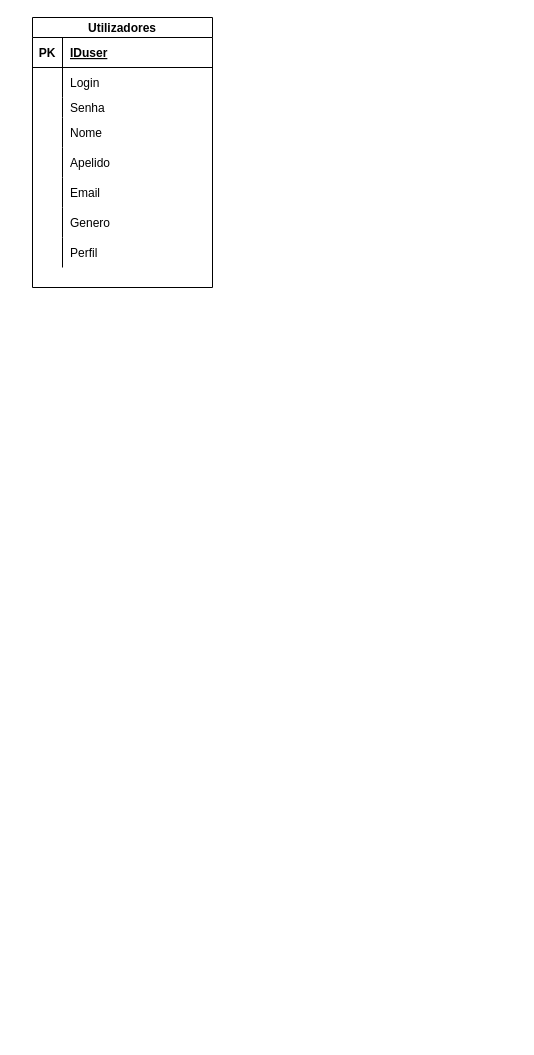
pauloreis66/draws keeps this draw.io diagram as page "Lourenço" (1 of 3) of Untitled Diagram.drawio. Above is the earlier version. Source tidied: cells renumbered, new cells numbered last; positions are measured from the earlier drawing's top-left corner, leaving out a move shared by most shapes. Both pictures are drawn from the tidied source at 100%, with x=0, y=0 at pixel (32, 17).
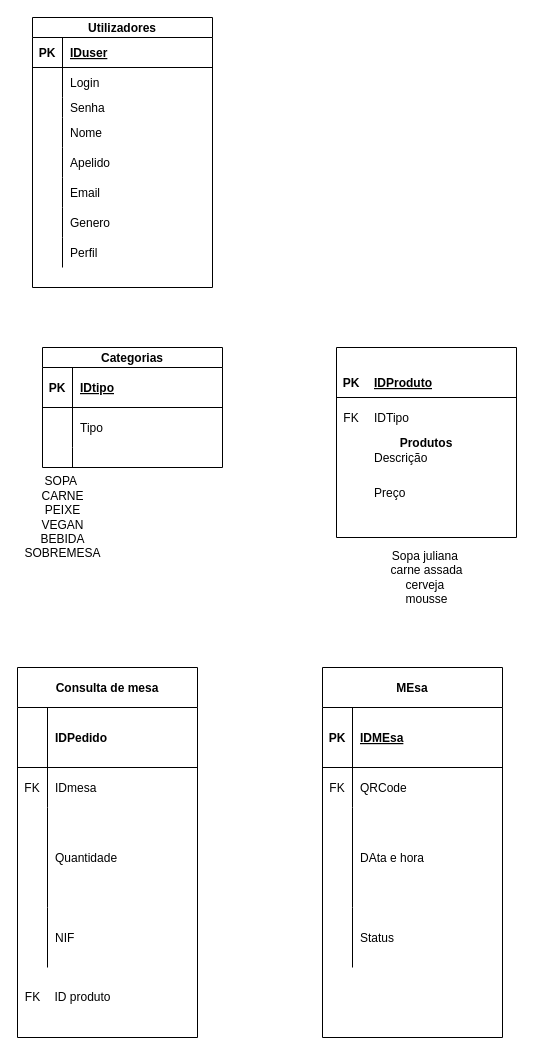
After the change.

Change to the diagram source:
```diff
@@
+    <mxCell id="27" value="Categorias" style="shape=table;startSize=20;childLayout=tableLayout;rowLines=0;fontStyle=1;align=center;" parent="1" vertex="1">
+      <mxGeometry x="10" y="330" width="180" height="120" as="geometry" />
+    </mxCell>
+    <mxCell id="28" style="shape=partialRectangle;fillColor=none;top=0;left=0;bottom=1;right=0;" parent="27" vertex="1">
+      <mxGeometry y="20" width="180" height="40" as="geometry" />
+    </mxCell>
+    <mxCell id="29" value="PK" style="shape=partialRectangle;fillColor=none;top=0;left=0;bottom=0;right=0;fontStyle=1;overflow=hidden;" parent="28" vertex="1">
+      <mxGeometry width="30" height="40" as="geometry" />
+    </mxCell>
+    <mxCell id="30" value="IDtipo" style="shape=partialRectangle;fillColor=none;top=0;left=0;bottom=0;right=0;align=left;spacingLeft=6;fontStyle=5;overflow=hidden;" parent="28" vertex="1">
+      <mxGeometry x="30" width="150" height="40" as="geometry" />
+    </mxCell>
+    <mxCell id="31" style="shape=partialRectangle;fillColor=none;top=0;left=0;bottom=0;right=0;" parent="27" vertex="1">
+      <mxGeometry y="60" width="180" height="40" as="geometry" />
+    </mxCell>
+    <mxCell id="32" style="shape=partialRectangle;fillColor=none;top=0;left=0;bottom=0;right=0;overflow=hidden;" parent="31" vertex="1">
+      <mxGeometry width="30" height="40" as="geometry" />
+    </mxCell>
+    <mxCell id="33" value="Tipo" style="shape=partialRectangle;fillColor=none;top=0;left=0;bottom=0;right=0;align=left;spacingLeft=6;overflow=hidden;" parent="31" vertex="1">
+      <mxGeometry x="30" width="150" height="40" as="geometry" />
+    </mxCell>
+    <mxCell id="34" style="shape=partialRectangle;fillColor=none;top=0;left=0;bottom=0;right=0;" parent="27" vertex="1">
+      <mxGeometry y="100" width="180" height="20" as="geometry" />
+    </mxCell>
+    <mxCell id="35" style="shape=partialRectangle;fillColor=none;top=0;left=0;bottom=0;right=0;overflow=hidden;" parent="34" vertex="1">
+      <mxGeometry width="30" height="20" as="geometry" />
+    </mxCell>
+    <mxCell id="36" style="shape=partialRectangle;fillColor=none;top=0;left=0;bottom=0;right=0;align=left;spacingLeft=6;overflow=hidden;" parent="34" vertex="1">
+      <mxGeometry x="30" width="150" height="20" as="geometry" />
+    </mxCell>
+    <mxCell id="37" value="Produtos" style="shape=table;startSize=190;childLayout=tableLayout;rowLines=0;fontStyle=1;align=center;" parent="1" vertex="1">
+      <mxGeometry x="304" y="330" width="180" height="190" as="geometry" />
+    </mxCell>
+    <mxCell id="38" style="shape=partialRectangle;fillColor=none;top=0;left=0;bottom=1;right=0;" parent="37" vertex="1">
+      <mxGeometry y="20" width="180" height="30" as="geometry" />
+    </mxCell>
+    <mxCell id="39" value="PK" style="shape=partialRectangle;fillColor=none;top=0;left=0;bottom=0;right=0;fontStyle=1;overflow=hidden;" parent="38" vertex="1">
+      <mxGeometry width="30" height="30" as="geometry" />
+    </mxCell>
+    <mxCell id="40" value="IDProduto" style="shape=partialRectangle;fillColor=none;top=0;left=0;bottom=0;right=0;align=left;spacingLeft=6;fontStyle=5;overflow=hidden;" parent="38" vertex="1">
+      <mxGeometry x="30" width="150" height="30" as="geometry" />
+    </mxCell>
+    <mxCell id="41" style="shape=partialRectangle;fillColor=none;top=0;left=0;bottom=0;right=0;" parent="37" vertex="1">
+      <mxGeometry y="50" width="180" height="40" as="geometry" />
+    </mxCell>
+    <mxCell id="42" value="FK" style="shape=partialRectangle;fillColor=none;top=0;left=0;bottom=0;right=0;overflow=hidden;" parent="41" vertex="1">
+      <mxGeometry width="30" height="40" as="geometry" />
+    </mxCell>
+    <mxCell id="43" value="IDTipo" style="shape=partialRectangle;fillColor=none;top=0;left=0;bottom=0;right=0;align=left;spacingLeft=6;overflow=hidden;" parent="41" vertex="1">
+      <mxGeometry x="30" width="150" height="40" as="geometry" />
+    </mxCell>
+    <mxCell id="44" style="shape=partialRectangle;fillColor=none;top=0;left=0;bottom=0;right=0;" parent="37" vertex="1">
+      <mxGeometry y="90" width="180" height="40" as="geometry" />
+    </mxCell>
+    <mxCell id="45" style="shape=partialRectangle;fillColor=none;top=0;left=0;bottom=0;right=0;overflow=hidden;" parent="44" vertex="1">
+      <mxGeometry width="30" height="40" as="geometry" />
+    </mxCell>
+    <mxCell id="46" value="Descrição" style="shape=partialRectangle;fillColor=none;top=0;left=0;bottom=0;right=0;align=left;spacingLeft=6;overflow=hidden;" parent="44" vertex="1">
+      <mxGeometry x="30" width="150" height="40" as="geometry" />
+    </mxCell>
+    <mxCell id="47" style="shape=partialRectangle;fillColor=none;top=0;left=0;bottom=0;right=0;" parent="37" vertex="1">
+      <mxGeometry y="130" width="180" height="30" as="geometry" />
+    </mxCell>
+    <mxCell id="48" style="shape=partialRectangle;fillColor=none;top=0;left=0;bottom=0;right=0;overflow=hidden;" parent="47" vertex="1">
+      <mxGeometry width="30" height="30" as="geometry" />
+    </mxCell>
+    <mxCell id="49" value="Preço" style="shape=partialRectangle;fillColor=none;top=0;left=0;bottom=0;right=0;align=left;spacingLeft=6;overflow=hidden;" parent="47" vertex="1">
+      <mxGeometry x="30" width="150" height="30" as="geometry" />
+    </mxCell>
+    <mxCell id="50" style="shape=partialRectangle;fillColor=none;top=0;left=0;bottom=0;right=0;" parent="37" vertex="1">
+      <mxGeometry y="160" width="180" height="30" as="geometry" />
+    </mxCell>
+    <mxCell id="51" style="shape=partialRectangle;fillColor=none;top=0;left=0;bottom=0;right=0;overflow=hidden;" parent="50" vertex="1">
+      <mxGeometry width="30" height="30" as="geometry" />
+    </mxCell>
+    <mxCell id="52" style="shape=partialRectangle;fillColor=none;top=0;left=0;bottom=0;right=0;align=left;spacingLeft=6;overflow=hidden;" parent="50" vertex="1">
+      <mxGeometry x="30" width="150" height="30" as="geometry" />
+    </mxCell>
+    <mxCell id="53" value="SOPA&amp;nbsp;&lt;br&gt;CARNE&lt;br&gt;PEIXE&lt;br&gt;VEGAN&lt;br&gt;BEBIDA&lt;br&gt;SOBREMESA&lt;br&gt;" style="text;html=1;align=center;verticalAlign=middle;" parent="1" vertex="1">
+      <mxGeometry x="-15" y="455" width="90" height="90" as="geometry" />
+    </mxCell>
+    <mxCell id="54" value="Sopa juliana&amp;nbsp;&lt;br&gt;carne assada&lt;br&gt;cerveja&amp;nbsp;&lt;br&gt;mousse&lt;br&gt;" style="text;html=1;align=center;verticalAlign=middle;" parent="1" vertex="1">
+      <mxGeometry x="349" y="530" width="90" height="60" as="geometry" />
+    </mxCell>
+    <mxCell id="55" value="Consulta de mesa" style="shape=table;startSize=40;childLayout=tableLayout;rowLines=0;fontStyle=1;align=center;" parent="1" vertex="1">
+      <mxGeometry x="-15" y="650" width="180" height="370" as="geometry" />
+    </mxCell>
+    <mxCell id="56" style="shape=partialRectangle;fillColor=none;top=0;left=0;bottom=1;right=0;" parent="55" vertex="1">
+      <mxGeometry y="40" width="180" height="60" as="geometry" />
+    </mxCell>
+    <mxCell id="57" style="shape=partialRectangle;fillColor=none;top=0;left=0;bottom=0;right=0;fontStyle=1;overflow=hidden;" parent="56" vertex="1">
+      <mxGeometry width="30" height="60" as="geometry" />
+    </mxCell>
+    <mxCell id="58" value="IDPedido" style="shape=partialRectangle;fillColor=none;top=0;left=0;bottom=0;right=0;align=left;spacingLeft=6;fontStyle=1;overflow=hidden;" parent="56" vertex="1">
+      <mxGeometry x="30" width="150" height="60" as="geometry" />
+    </mxCell>
+    <mxCell id="59" style="shape=partialRectangle;fillColor=none;top=0;left=0;bottom=0;right=0;" parent="55" vertex="1">
+      <mxGeometry y="100" width="180" height="40" as="geometry" />
+    </mxCell>
+    <mxCell id="60" value="FK" style="shape=partialRectangle;fillColor=none;top=0;left=0;bottom=0;right=0;overflow=hidden;" parent="59" vertex="1">
+      <mxGeometry width="30" height="40" as="geometry" />
+    </mxCell>
+    <mxCell id="61" value="IDmesa" style="shape=partialRectangle;fillColor=none;top=0;left=0;bottom=0;right=0;align=left;spacingLeft=6;overflow=hidden;" parent="59" vertex="1">
+      <mxGeometry x="30" width="150" height="40" as="geometry" />
+    </mxCell>
+    <mxCell id="62" style="shape=partialRectangle;fillColor=none;top=0;left=0;bottom=0;right=0;" parent="55" vertex="1">
+      <mxGeometry y="140" width="180" height="100" as="geometry" />
+    </mxCell>
+    <mxCell id="63" style="shape=partialRectangle;fillColor=none;top=0;left=0;bottom=0;right=0;overflow=hidden;" parent="62" vertex="1">
+      <mxGeometry width="30" height="100" as="geometry" />
+    </mxCell>
+    <mxCell id="64" value="Quantidade" style="shape=partialRectangle;fillColor=none;top=0;left=0;bottom=0;right=0;align=left;spacingLeft=6;overflow=hidden;" parent="62" vertex="1">
+      <mxGeometry x="30" width="150" height="100" as="geometry" />
+    </mxCell>
+    <mxCell id="65" style="shape=partialRectangle;fillColor=none;top=0;left=0;bottom=0;right=0;" parent="55" vertex="1">
+      <mxGeometry y="240" width="180" height="60" as="geometry" />
+    </mxCell>
+    <mxCell id="66" style="shape=partialRectangle;fillColor=none;top=0;left=0;bottom=0;right=0;overflow=hidden;" parent="65" vertex="1">
+      <mxGeometry width="30" height="60" as="geometry" />
+    </mxCell>
+    <mxCell id="67" value="NIF" style="shape=partialRectangle;fillColor=none;top=0;left=0;bottom=0;right=0;align=left;spacingLeft=6;overflow=hidden;" parent="65" vertex="1">
+      <mxGeometry x="30" width="150" height="60" as="geometry" />
+    </mxCell>
+    <mxCell id="68" value="MEsa" style="shape=table;startSize=40;childLayout=tableLayout;rowLines=0;fontStyle=1;align=center;" parent="1" vertex="1">
+      <mxGeometry x="290" y="650" width="180" height="370" as="geometry" />
+    </mxCell>
+    <mxCell id="69" style="shape=partialRectangle;fillColor=none;top=0;left=0;bottom=1;right=0;" parent="68" vertex="1">
+      <mxGeometry y="40" width="180" height="60" as="geometry" />
+    </mxCell>
+    <mxCell id="70" value="PK" style="shape=partialRectangle;fillColor=none;top=0;left=0;bottom=0;right=0;fontStyle=1;overflow=hidden;" parent="69" vertex="1">
+      <mxGeometry width="30" height="60" as="geometry" />
+    </mxCell>
+    <mxCell id="71" value="IDMEsa" style="shape=partialRectangle;fillColor=none;top=0;left=0;bottom=0;right=0;align=left;spacingLeft=6;fontStyle=5;overflow=hidden;" parent="69" vertex="1">
+      <mxGeometry x="30" width="150" height="60" as="geometry" />
+    </mxCell>
+    <mxCell id="72" style="shape=partialRectangle;fillColor=none;top=0;left=0;bottom=0;right=0;" parent="68" vertex="1">
+      <mxGeometry y="100" width="180" height="40" as="geometry" />
+    </mxCell>
+    <mxCell id="73" value="FK" style="shape=partialRectangle;fillColor=none;top=0;left=0;bottom=0;right=0;overflow=hidden;" parent="72" vertex="1">
+      <mxGeometry width="30" height="40" as="geometry" />
+    </mxCell>
+    <mxCell id="74" value="QRCode" style="shape=partialRectangle;fillColor=none;top=0;left=0;bottom=0;right=0;align=left;spacingLeft=6;overflow=hidden;" parent="72" vertex="1">
+      <mxGeometry x="30" width="150" height="40" as="geometry" />
+    </mxCell>
+    <mxCell id="75" style="shape=partialRectangle;fillColor=none;top=0;left=0;bottom=0;right=0;" parent="68" vertex="1">
+      <mxGeometry y="140" width="180" height="100" as="geometry" />
+    </mxCell>
+    <mxCell id="76" style="shape=partialRectangle;fillColor=none;top=0;left=0;bottom=0;right=0;overflow=hidden;" parent="75" vertex="1">
+      <mxGeometry width="30" height="100" as="geometry" />
+    </mxCell>
+    <mxCell id="77" value="DAta e hora" style="shape=partialRectangle;fillColor=none;top=0;left=0;bottom=0;right=0;align=left;spacingLeft=6;overflow=hidden;" parent="75" vertex="1">
+      <mxGeometry x="30" width="150" height="100" as="geometry" />
+    </mxCell>
+    <mxCell id="78" style="shape=partialRectangle;fillColor=none;top=0;left=0;bottom=0;right=0;" parent="68" vertex="1">
+      <mxGeometry y="240" width="180" height="60" as="geometry" />
+    </mxCell>
+    <mxCell id="79" style="shape=partialRectangle;fillColor=none;top=0;left=0;bottom=0;right=0;overflow=hidden;" parent="78" vertex="1">
+      <mxGeometry width="30" height="60" as="geometry" />
+    </mxCell>
+    <mxCell id="80" value="Status" style="shape=partialRectangle;fillColor=none;top=0;left=0;bottom=0;right=0;align=left;spacingLeft=6;overflow=hidden;" parent="78" vertex="1">
+      <mxGeometry x="30" width="150" height="60" as="geometry" />
+    </mxCell>
+    <mxCell id="81" value="ID produto" style="text;html=1;align=center;verticalAlign=middle;" parent="1" vertex="1">
+      <mxGeometry x="15" y="970" width="70" height="20" as="geometry" />
+    </mxCell>
+    <mxCell id="82" value="FK" style="text;html=1;align=center;verticalAlign=middle;" parent="1" vertex="1">
+      <mxGeometry x="-15" y="970" width="30" height="20" as="geometry" />
+    </mxCell>
```
